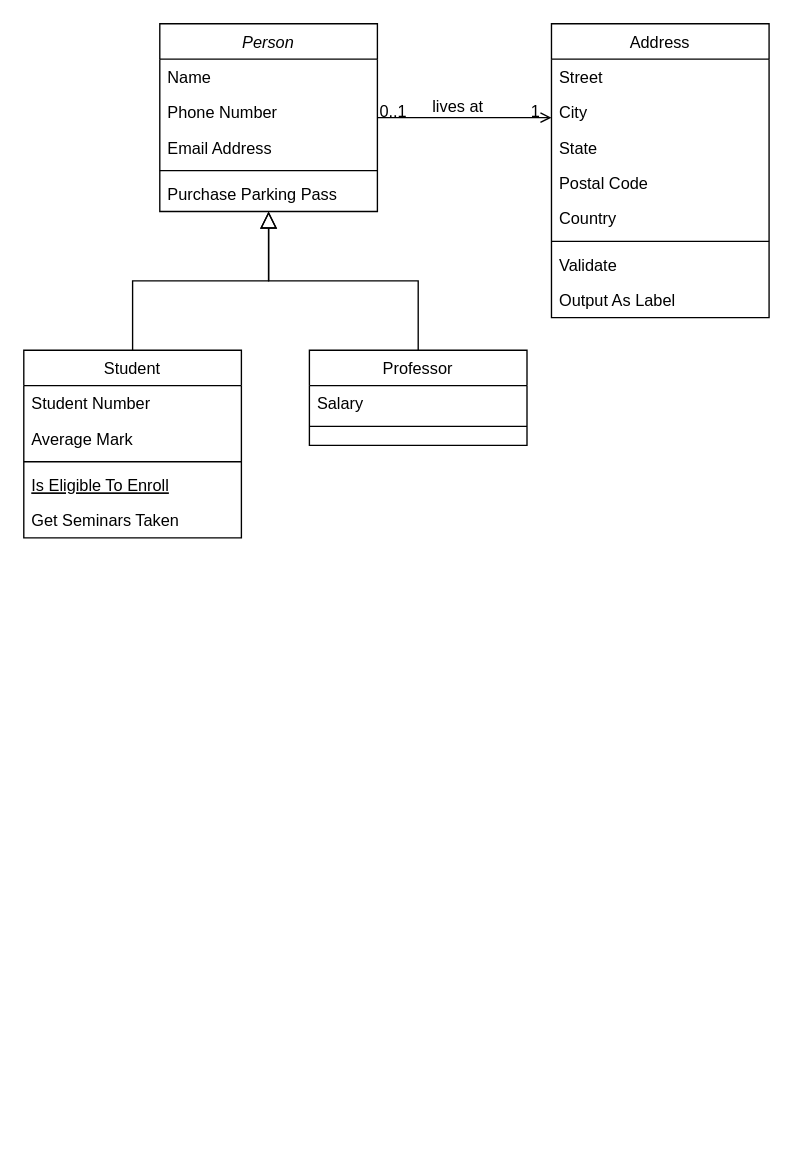
The draw.io diagram modeladoConceptualLab2.drawio in rafaelPrg00/Lab2, before the edit. Source tidied: cells renumbered, new cells numbered last; positions are measured from the earlier drawing's top-left corner, leaving out a move shared by most shapes. Both pictures are drawn from the tidied source at 136%, with x=0, y=0 at pixel (23, 23).
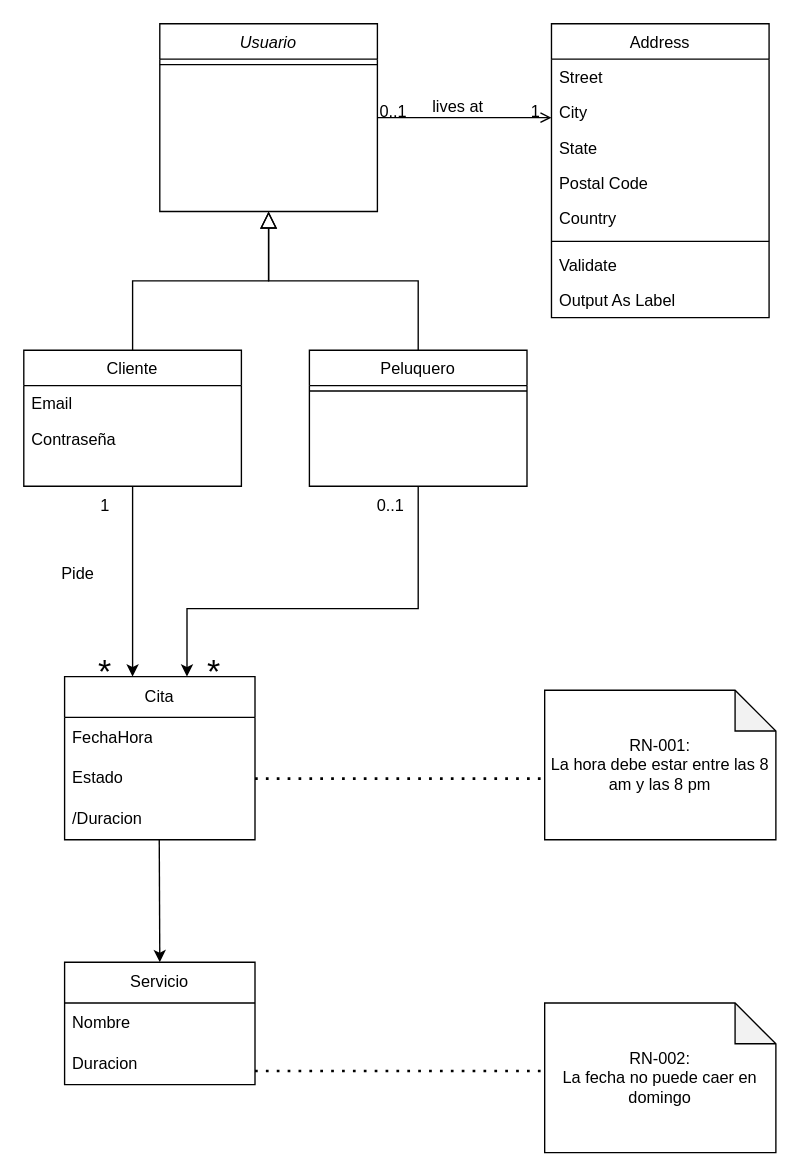
The same diagram, later.

What changed in the source:
```diff
@@
-    <mxCell id="2" value="Person" style="swimlane;fontStyle=2;align=center;verticalAlign=top;horizontal=1;startSize=26;rounded=0;shadow=0;strokeWidth=1;" parent="1" vertex="1">
+    <mxCell id="2" value="Usuario" style="swimlane;fontStyle=2;align=center;verticalAlign=top;horizontal=1;startSize=26;rounded=0;shadow=0;strokeWidth=1;" parent="1" vertex="1">
       <mxGeometry x="100" width="160" height="138" as="geometry" />
     </mxCell>
-    <mxCell id="3" value="Name" style="text;align=left;verticalAlign=top;spacingLeft=4;spacingRight=4;overflow=hidden;" parent="2" vertex="1">
-      <mxGeometry y="26" width="160" height="26" as="geometry" />
-    </mxCell>
-    <mxCell id="4" value="Phone Number" style="text;align=left;verticalAlign=top;spacingLeft=4;spacingRight=4;overflow=hidden;rounded=0;shadow=0;html=0;" parent="2" vertex="1">
-      <mxGeometry y="52" width="160" height="26" as="geometry" />
-    </mxCell>
-    <mxCell id="5" value="Email Address" style="text;align=left;verticalAlign=top;spacingLeft=4;spacingRight=4;overflow=hidden;rounded=0;shadow=0;html=0;" parent="2" vertex="1">
-      <mxGeometry y="78" width="160" height="26" as="geometry" />
-    </mxCell>
     <mxCell id="6" style="line;html=1;strokeWidth=1;align=left;verticalAlign=middle;spacingTop=-1;spacingLeft=3;spacingRight=3;labelPosition=right;" parent="2" vertex="1">
-      <mxGeometry y="104" width="160" height="8" as="geometry" />
+      <mxGeometry y="26" width="160" height="8" as="geometry" />
     </mxCell>
-    <mxCell id="7" value="Purchase Parking Pass" style="text;align=left;verticalAlign=top;spacingLeft=4;spacingRight=4;overflow=hidden;" parent="2" vertex="1">
-      <mxGeometry y="112" width="160" height="26" as="geometry" />
-    </mxCell>
-    <mxCell id="8" value="Student" style="swimlane;fontStyle=0;align=center;verticalAlign=top;horizontal=1;startSize=26;rounded=0;shadow=0;strokeWidth=1;" parent="1" vertex="1">
-      <mxGeometry y="240" width="160" height="138" as="geometry" />
+    <mxCell id="8" value="Cliente" style="swimlane;fontStyle=0;align=center;verticalAlign=top;horizontal=1;startSize=26;rounded=0;shadow=0;strokeWidth=1;" parent="1" vertex="1">
+      <mxGeometry y="240" width="160" height="100" as="geometry" />
     </mxCell>
-    <mxCell id="9" value="Student Number" style="text;align=left;verticalAlign=top;spacingLeft=4;spacingRight=4;overflow=hidden;" parent="8" vertex="1">
+    <mxCell id="9" value="Email    " style="text;align=left;verticalAlign=top;spacingLeft=4;spacingRight=4;overflow=hidden;" parent="8" vertex="1">
       <mxGeometry y="26" width="160" height="26" as="geometry" />
     </mxCell>
-    <mxCell id="10" value="Average Mark" style="text;align=left;verticalAlign=top;spacingLeft=4;spacingRight=4;overflow=hidden;rounded=0;shadow=0;html=0;" parent="8" vertex="1">
+    <mxCell id="10" value="Contraseña" style="text;align=left;verticalAlign=top;spacingLeft=4;spacingRight=4;overflow=hidden;rounded=0;shadow=0;html=0;" parent="8" vertex="1">
       <mxGeometry y="52" width="160" height="26" as="geometry" />
     </mxCell>
-    <mxCell id="11" style="line;html=1;strokeWidth=1;align=left;verticalAlign=middle;spacingTop=-1;spacingLeft=3;spacingRight=3;labelPosition=right;" parent="8" vertex="1">
-      <mxGeometry y="78" width="160" height="8" as="geometry" />
-    </mxCell>
-    <mxCell id="12" value="Is Eligible To Enroll" style="text;align=left;verticalAlign=top;spacingLeft=4;spacingRight=4;overflow=hidden;fontStyle=4;" parent="8" vertex="1">
-      <mxGeometry y="86" width="160" height="26" as="geometry" />
-    </mxCell>
-    <mxCell id="13" value="Get Seminars Taken" style="text;align=left;verticalAlign=top;spacingLeft=4;spacingRight=4;overflow=hidden;" parent="8" vertex="1">
-      <mxGeometry y="112" width="160" height="26" as="geometry" />
-    </mxCell>
@@
-    <mxCell id="15" value="Professor" style="swimlane;fontStyle=0;align=center;verticalAlign=top;horizontal=1;startSize=26;rounded=0;shadow=0;strokeWidth=1;" parent="1" vertex="1">
-      <mxGeometry x="210" y="240" width="160" height="70" as="geometry" />
+    <mxCell id="15" value="Peluquero" style="swimlane;fontStyle=0;align=center;verticalAlign=top;horizontal=1;startSize=26;rounded=0;shadow=0;strokeWidth=1;" parent="1" vertex="1">
+      <mxGeometry x="210" y="240" width="160" height="100" as="geometry" />
     </mxCell>
-    <mxCell id="16" value="Salary" style="text;align=left;verticalAlign=top;spacingLeft=4;spacingRight=4;overflow=hidden;" parent="15" vertex="1">
-      <mxGeometry y="26" width="160" height="26" as="geometry" />
-    </mxCell>
     <mxCell id="17" style="line;html=1;strokeWidth=1;align=left;verticalAlign=middle;spacingTop=-1;spacingLeft=3;spacingRight=3;labelPosition=right;" parent="15" vertex="1">
-      <mxGeometry y="52" width="160" height="8" as="geometry" />
+      <mxGeometry y="26" width="160" height="8" as="geometry" />
     </mxCell>
@@
+    <mxCell id="32" style="endArrow=classic;html=1;rounded=0;exitX=0.5;exitY=1;exitDx=0;exitDy=0;" parent="1" edge="1" source="8">
+      <mxGeometry relative="1" as="geometry">
+        <mxPoint x="80" y="480" as="targetPoint" />
+      </mxGeometry>
+    </mxCell>
+    <mxCell id="33" style="endArrow=classic;html=1;rounded=0;exitX=0.5;exitY=1;exitDx=0;exitDy=0;" parent="1" edge="1" source="15">
+      <mxGeometry relative="1" as="geometry">
+        <mxPoint x="120" y="480" as="targetPoint" />
+        <Array as="points">
+          <mxPoint x="290" y="430" />
+          <mxPoint x="120" y="430" />
+        </Array>
+      </mxGeometry>
+    </mxCell>
+    <mxCell id="34" value="Cita" style="swimlane;fontStyle=0;horizontal=1;startSize=30;whiteSpace=wrap;html=1;" parent="1" vertex="1">
+      <mxGeometry x="30" y="480" width="140" height="120" as="geometry" />
+    </mxCell>
+    <mxCell id="35" value="FechaHora" style="text;strokeColor=none;fillColor=none;align=left;verticalAlign=middle;spacingLeft=4;spacingRight=4;overflow=hidden;whiteSpace=wrap;html=1;" parent="34" vertex="1">
+      <mxGeometry y="30" width="140" height="30" as="geometry" />
+    </mxCell>
+    <mxCell id="36" value="Estado" style="text;strokeColor=none;fillColor=none;align=left;verticalAlign=middle;spacingLeft=4;spacingRight=4;overflow=hidden;points=[[0,0.5],[1,0.5]];portConstraint=eastwest;whiteSpace=wrap;html=1;" parent="34" vertex="1">
+      <mxGeometry y="60" width="140" height="30" as="geometry" />
+    </mxCell>
+    <mxCell id="37" value="/Duracion" style="text;strokeColor=none;fillColor=none;align=left;verticalAlign=middle;spacingLeft=4;spacingRight=4;overflow=hidden;whiteSpace=wrap;html=1;" parent="34" vertex="1">
+      <mxGeometry y="90" width="140" height="30" as="geometry" />
+    </mxCell>
+    <mxCell id="38" value="Pide" style="text;html=1;align=center;verticalAlign=middle;whiteSpace=wrap;rounded=0;" parent="1" vertex="1">
+      <mxGeometry x="10" y="390" width="60" height="30" as="geometry" />
+    </mxCell>
+    <mxCell id="39" value="1" style="text;html=1;align=center;verticalAlign=middle;whiteSpace=wrap;rounded=0;" parent="1" vertex="1">
+      <mxGeometry x="30" y="340" width="60" height="30" as="geometry" />
+    </mxCell>
+    <mxCell id="40" value="&lt;font style=&quot;font-size: 25px;&quot;&gt;*&lt;/font&gt;" style="text;html=1;align=center;verticalAlign=middle;whiteSpace=wrap;rounded=0;" parent="1" vertex="1">
+      <mxGeometry x="30" y="460" width="60" height="30" as="geometry" />
+    </mxCell>
+    <mxCell id="41" value="0..1" style="text;html=1;align=center;verticalAlign=middle;whiteSpace=wrap;rounded=0;" parent="1" vertex="1">
+      <mxGeometry x="240" y="340" width="60" height="30" as="geometry" />
+    </mxCell>
+    <mxCell id="42" value="&lt;font style=&quot;font-size: 25px;&quot;&gt;*&lt;/font&gt;" style="text;html=1;align=center;verticalAlign=middle;whiteSpace=wrap;rounded=0;" parent="1" vertex="1">
+      <mxGeometry x="110" y="460" width="60" height="30" as="geometry" />
+    </mxCell>
+    <mxCell id="43" style="endArrow=classic;html=1;rounded=0;exitX=0.5;exitY=1;exitDx=0;exitDy=0;" parent="1" edge="1">
+      <mxGeometry relative="1" as="geometry">
+        <mxPoint x="99.6" y="600" as="sourcePoint" />
+        <mxPoint x="100" y="690" as="targetPoint" />
+      </mxGeometry>
+    </mxCell>
+    <mxCell id="44" value="Servicio" style="swimlane;fontStyle=0;horizontal=1;startSize=30;whiteSpace=wrap;html=1;" parent="1" vertex="1">
+      <mxGeometry x="30" y="690" width="140" height="90" as="geometry" />
+    </mxCell>
+    <mxCell id="45" value="Nombre" style="text;strokeColor=none;fillColor=none;align=left;verticalAlign=middle;spacingLeft=4;spacingRight=4;overflow=hidden;whiteSpace=wrap;html=1;" parent="44" vertex="1">
+      <mxGeometry y="30" width="140" height="30" as="geometry" />
+    </mxCell>
+    <mxCell id="46" value="Duracion" style="text;strokeColor=none;fillColor=none;align=left;verticalAlign=middle;spacingLeft=4;spacingRight=4;overflow=hidden;whiteSpace=wrap;html=1;" parent="44" vertex="1">
+      <mxGeometry y="60" width="140" height="30" as="geometry" />
+    </mxCell>
+    <mxCell id="47" style="endArrow=none;dashed=1;html=1;dashPattern=1 3;strokeWidth=2;rounded=0;exitX=1;exitY=0.5;exitDx=0;exitDy=0;" parent="1" edge="1" source="36">
+      <mxGeometry relative="1" as="geometry">
+        <mxPoint x="380" y="555" as="targetPoint" />
+      </mxGeometry>
+    </mxCell>
+    <mxCell id="48" style="endArrow=none;dashed=1;html=1;dashPattern=1 3;strokeWidth=2;rounded=0;exitX=1;exitY=0.5;exitDx=0;exitDy=0;" parent="1" edge="1">
+      <mxGeometry relative="1" as="geometry">
+        <mxPoint x="170" y="770" as="sourcePoint" />
+        <mxPoint x="380" y="770" as="targetPoint" />
+      </mxGeometry>
+    </mxCell>
+    <mxCell id="49" value="RN-001:&lt;div&gt;La hora debe estar entre las 8 am y las 8 pm&lt;/div&gt;" style="shape=note;whiteSpace=wrap;html=1;backgroundOutline=1;darkOpacity=0.05;" parent="1" vertex="1">
+      <mxGeometry x="383" y="490" width="170" height="110" as="geometry" />
+    </mxCell>
+    <mxCell id="50" value="RN-002:&lt;div&gt;La fecha no puede caer en domingo&lt;/div&gt;" style="shape=note;whiteSpace=wrap;html=1;backgroundOutline=1;darkOpacity=0.05;" parent="1" vertex="1">
+      <mxGeometry x="383" y="720" width="170" height="110" as="geometry" />
+    </mxCell>
```
